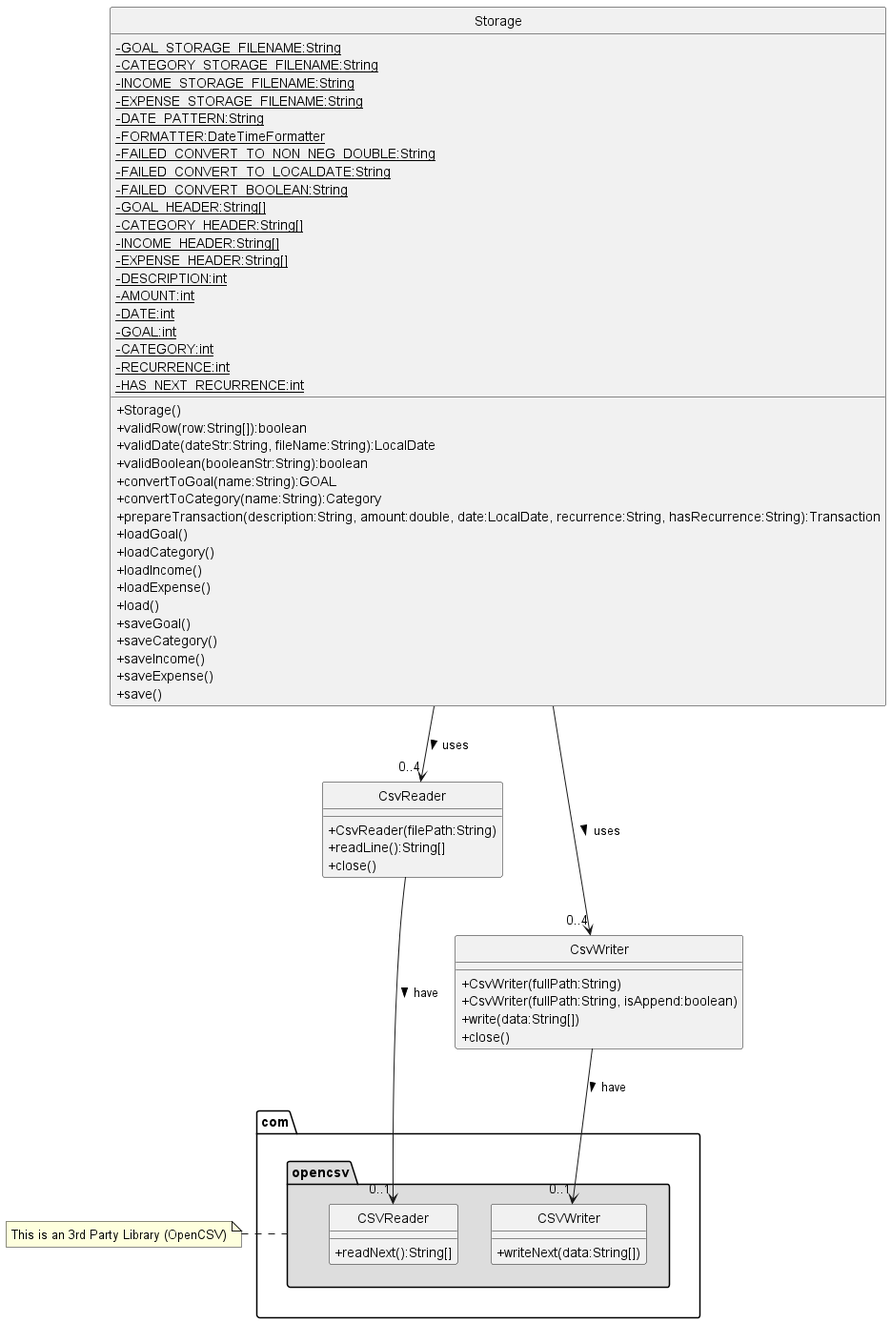
The PlantUML diagram docs/images/cs2113-storage-class.png in sRanay/tp, before a commit.
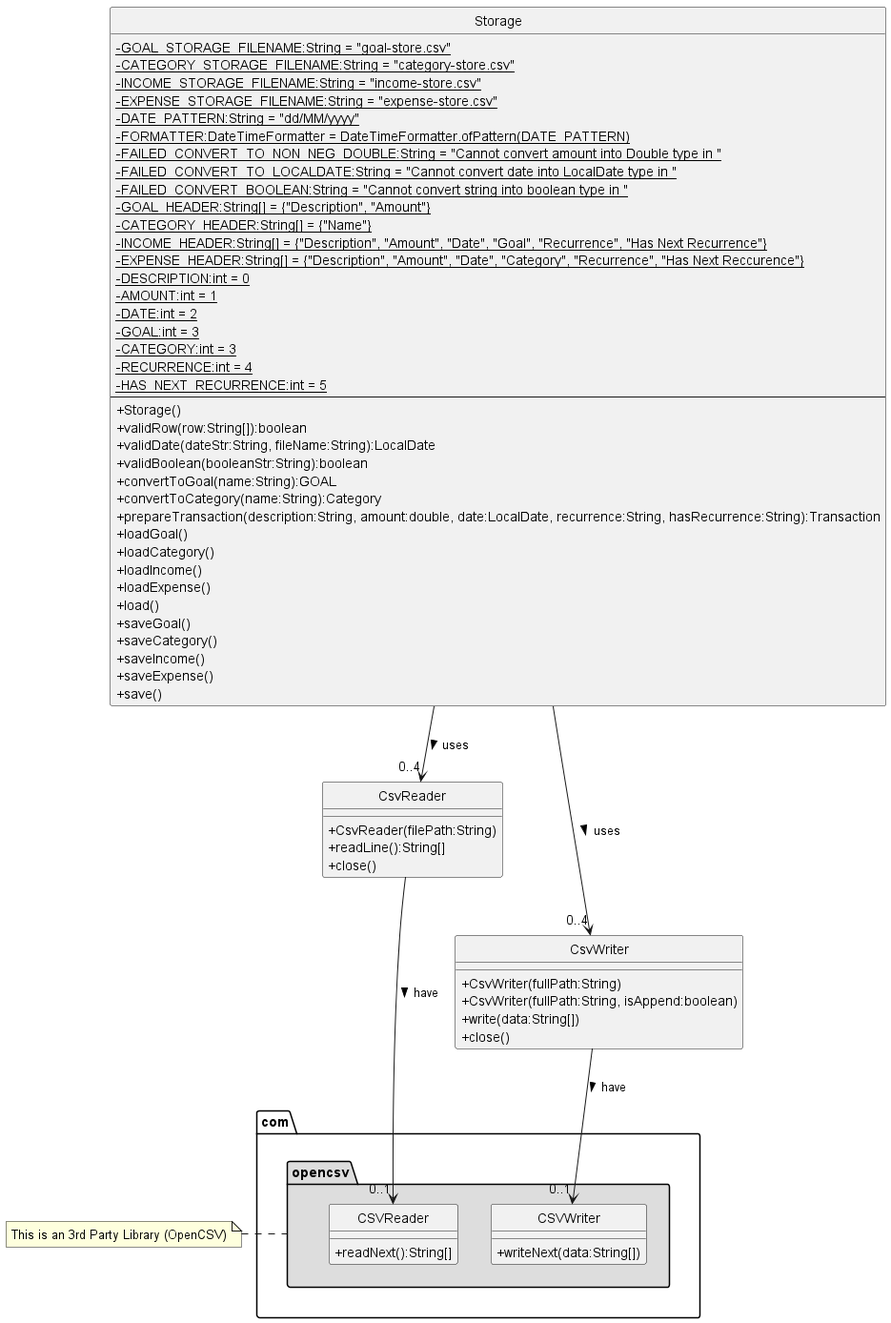
The same diagram one commit later.

Commit message:
Update class diagram for Storage class

What changed in the source:
```diff
@@ -2,26 +2,27 @@
 hide circle
 skinparam classAttributeIconSize 0
 class Storage {
-    - {static} GOAL_STORAGE_FILENAME:String
-    - {static} CATEGORY_STORAGE_FILENAME:String
-    - {static} INCOME_STORAGE_FILENAME:String
-    - {static} EXPENSE_STORAGE_FILENAME:String
-    - {static} DATE_PATTERN:String
-    - {static} FORMATTER:DateTimeFormatter
-    - {static} FAILED_CONVERT_TO_NON_NEG_DOUBLE:String
-    - {static} FAILED_CONVERT_TO_LOCALDATE:String
-    - {static} FAILED_CONVERT_BOOLEAN:String
-    - {static} GOAL_HEADER:String[]
-    - {static} CATEGORY_HEADER:String[]
-    - {static} INCOME_HEADER:String[]
-    - {static} EXPENSE_HEADER:String[]
-    - {static} DESCRIPTION:int
-    - {static} AMOUNT:int
-    - {static} DATE:int
-    - {static} GOAL:int
-    - {static} CATEGORY:int
-    - {static} RECURRENCE:int
-    - {static} HAS_NEXT_RECURRENCE:int
+    - {static} GOAL_STORAGE_FILENAME:String = "goal-store.csv"
+    - {static} CATEGORY_STORAGE_FILENAME:String = "category-store.csv"
+    - {static} INCOME_STORAGE_FILENAME:String = "income-store.csv"
+    - {static} EXPENSE_STORAGE_FILENAME:String = "expense-store.csv"
+    - {static} DATE_PATTERN:String = "dd/MM/yyyy"
+    - {static} FORMATTER:DateTimeFormatter = DateTimeFormatter.ofPattern(DATE_PATTERN)
+    - {static} FAILED_CONVERT_TO_NON_NEG_DOUBLE:String = "Cannot convert amount into Double type in "
+    - {static} FAILED_CONVERT_TO_LOCALDATE:String = "Cannot convert date into LocalDate type in "
+    - {static} FAILED_CONVERT_BOOLEAN:String = "Cannot convert string into boolean type in "
+    - {static} GOAL_HEADER:String[] = {"Description", "Amount"}
+    - {static} CATEGORY_HEADER:String[] = {"Name"}
+    - {static} INCOME_HEADER:String[] = {"Description", "Amount", "Date", "Goal", "Recurrence", "Has Next Recurrence"}
+    - {static} EXPENSE_HEADER:String[] = {"Description", "Amount", "Date", "Category", "Recurrence", "Has Next Reccurence"}
+    - {static} DESCRIPTION:int = 0
+    - {static} AMOUNT:int = 1
+    - {static} DATE:int = 2
+    - {static} GOAL:int = 3
+    - {static} CATEGORY:int = 3
+    - {static} RECURRENCE:int = 4
+    - {static} HAS_NEXT_RECURRENCE:int = 5
+    ----
     + Storage()
     + validRow(row:String[]):boolean
     + validDate(dateStr:String, fileName:String):LocalDate
```
